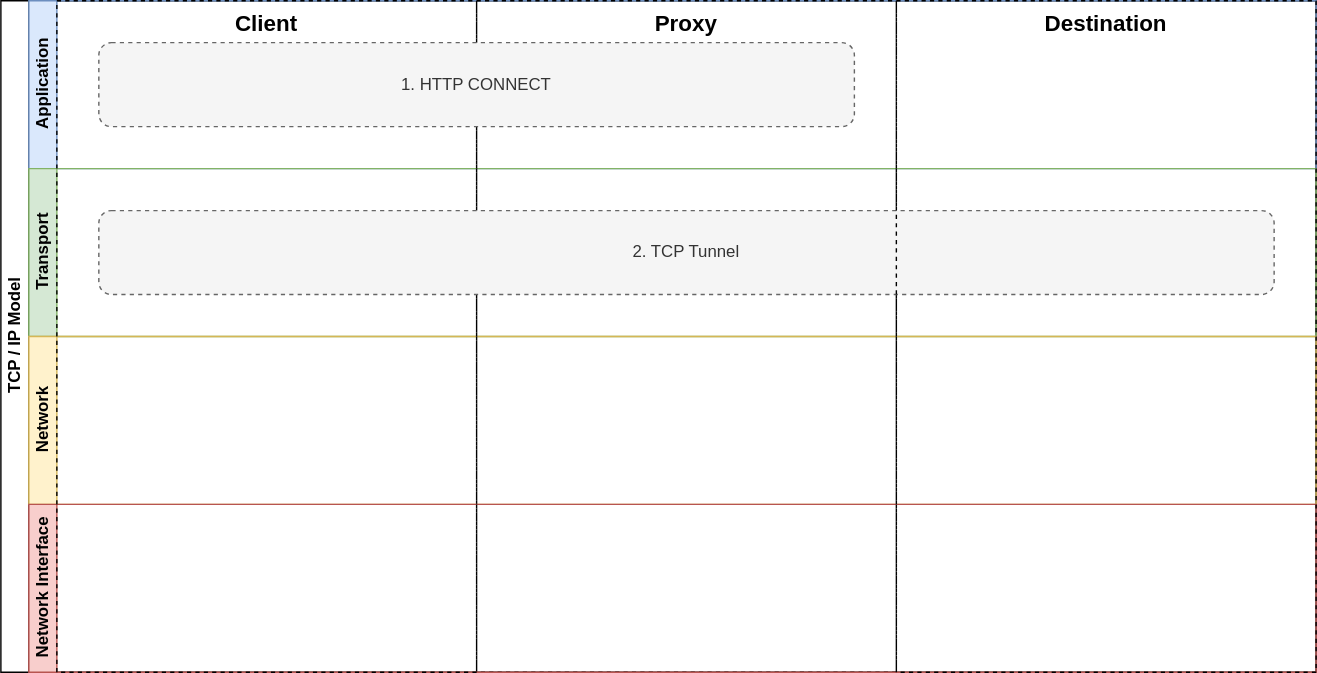
Above: static/images/http-connect.drawio.svg in Cori1109/Cori1109.github.io (draw.io), before the change. Source tidied: cells renumbered, new cells last; positions are measured from the earlier drawing's top-left corner, leaving out a move shared by most shapes.
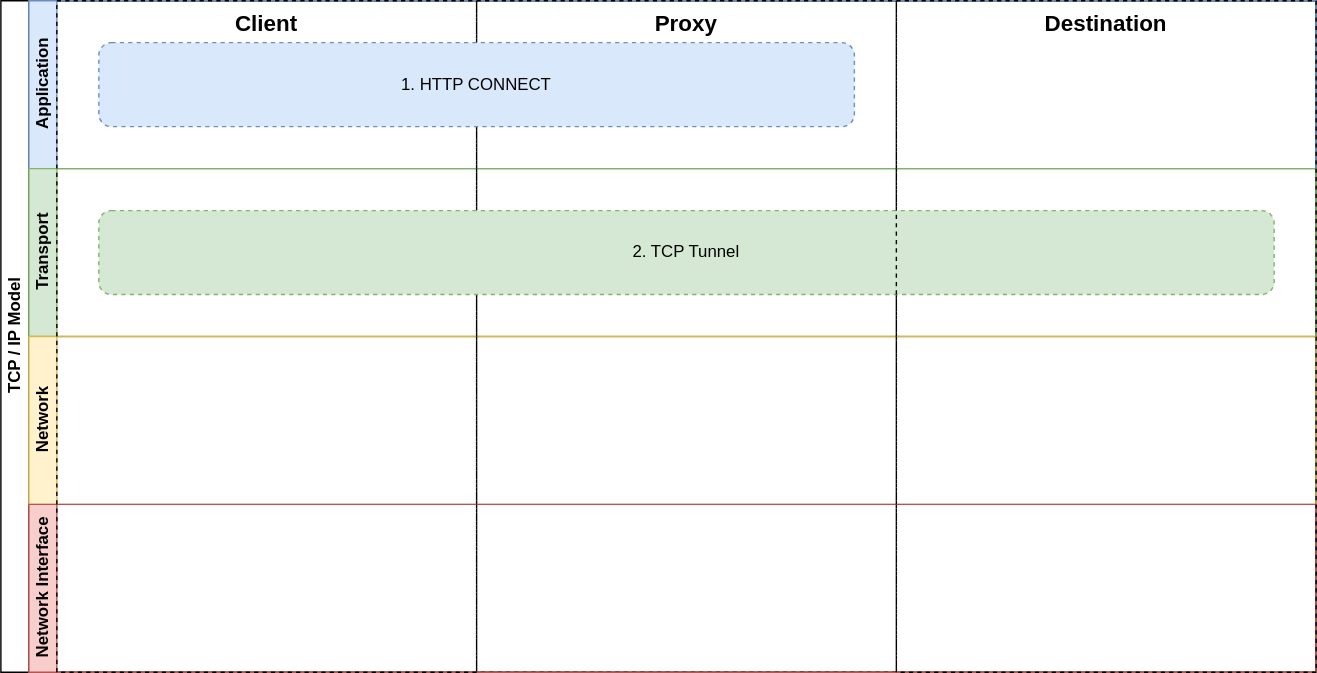
After the commit.

Commit message:
deploy: Sun 14 Feb 2021 15:47:24 AEDT

The edit, as a diff of the source:
```diff
@@ -23,10 +23,10 @@
     <mxCell id="8" value="Client" style="rounded=0;whiteSpace=wrap;html=1;dashed=1;fillColor=none;fontStyle=1;fontSize=16;verticalAlign=top;" parent="1" vertex="1">
       <mxGeometry x="40" width="300" height="480" as="geometry" />
     </mxCell>
-    <mxCell id="9" value="1. HTTP CONNECT" style="rounded=1;whiteSpace=wrap;html=1;dashed=1;fillColor=#f5f5f5;strokeColor=#666666;fontColor=#333333;" parent="1" vertex="1">
+    <mxCell id="9" value="1. HTTP CONNECT" style="rounded=1;whiteSpace=wrap;html=1;dashed=1;fillColor=#dae8fc;strokeColor=#6c8ebf;" parent="1" vertex="1">
       <mxGeometry x="70" y="30" width="540" height="60" as="geometry" />
     </mxCell>
-    <mxCell id="10" value="2. TCP Tunnel" style="rounded=1;whiteSpace=wrap;html=1;dashed=1;fillColor=#f5f5f5;strokeColor=#666666;fontColor=#333333;align=center;" parent="1" vertex="1">
+    <mxCell id="10" value="2. TCP Tunnel" style="rounded=1;whiteSpace=wrap;html=1;dashed=1;fillColor=#d5e8d4;strokeColor=#82b366;align=center;" parent="1" vertex="1">
       <mxGeometry x="70" y="150" width="840" height="60" as="geometry" />
     </mxCell>
     <mxCell id="11" value="Destination" style="rounded=0;whiteSpace=wrap;html=1;dashed=1;fillColor=none;fontStyle=1;fontSize=16;verticalAlign=top;" parent="1" vertex="1">
```
